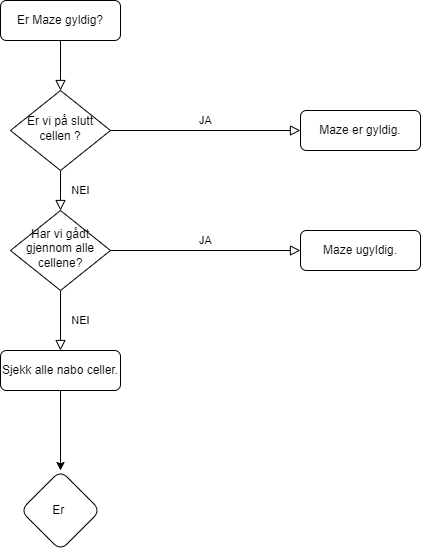
Above: Oppgave3/flyktskjema oppgave3.png in Eduard2303/Vurderingoppgave-Vanskelig (draw.io), before the change. Source tidied: cells renumbered, new cells last; positions are measured from the earlier drawing's top-left corner, leaving out a move shared by most shapes.
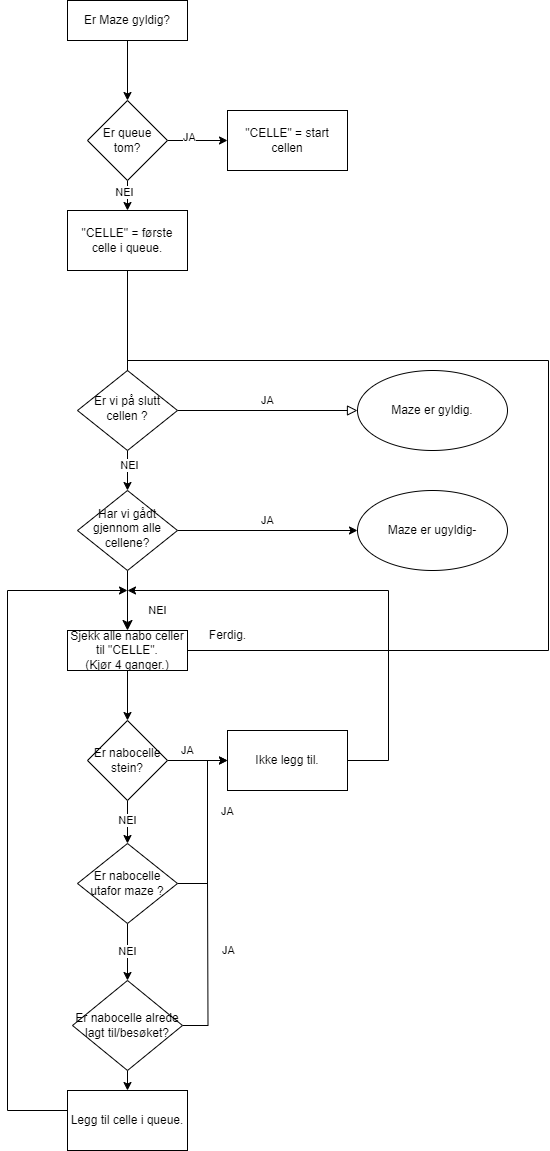
Above is the later version.

Change to the diagram source:
```diff
@@ -2,44 +2,170 @@
   <root>
     <mxCell id="0" />
     <mxCell id="1" parent="0" />
-    <mxCell id="2" style="rounded=0;html=1;jettySize=auto;fontSize=11;endArrow=block;endFill=0;endSize=8;strokeWidth=1;shadow=0;labelBackgroundColor=none;edgeStyle=orthogonalEdgeStyle;" parent="1" edge="1" source="3" target="6">
-      <mxGeometry relative="1" as="geometry" />
-    </mxCell>
+    <mxCell id="15" style="edgeStyle=orthogonalEdgeStyle;rounded=0;jettySize=auto;html=1;" parent="1" edge="1" source="3" target="42">
+      <mxGeometry relative="1" as="geometry" />
+    </mxCell>
-    <mxCell id="3" value="Er Maze gyldig?" style="rounded=1;whiteSpace=wrap;html=1;fontSize=12;glass=0;strokeWidth=1;shadow=0;" parent="1" vertex="1">
-      <mxGeometry width="120" height="40" as="geometry" />
+    <mxCell id="3" value="Er Maze gyldig?" style="rounded=0;whiteSpace=wrap;html=1;fontSize=12;glass=0;strokeWidth=1;shadow=0;" parent="1" vertex="1">
+      <mxGeometry y="-70" width="120" height="40" as="geometry" />
     </mxCell>
+    <mxCell id="5" value="JA" style="edgeStyle=orthogonalEdgeStyle;rounded=0;html=1;jettySize=auto;fontSize=11;endArrow=block;endFill=0;endSize=8;strokeWidth=1;shadow=0;labelBackgroundColor=none;" parent="1" edge="1" source="6" target="7">
+      <mxGeometry y="10" relative="1" as="geometry" />
+    </mxCell>
-    <mxCell id="4" value="NEI" style="rounded=0;html=1;jettySize=auto;fontSize=11;endArrow=block;endFill=0;endSize=8;strokeWidth=1;shadow=0;labelBackgroundColor=none;edgeStyle=orthogonalEdgeStyle;" parent="1" edge="1" source="6" target="10">
-      <mxGeometry y="20" relative="1" as="geometry" />
+    <mxCell id="4" style="edgeStyle=orthogonalEdgeStyle;rounded=0;jettySize=auto;html=1;" parent="1" edge="1" source="6" target="10">
+      <mxGeometry relative="1" as="geometry" />
     </mxCell>
-    <mxCell id="5" value="JA" style="edgeStyle=orthogonalEdgeStyle;rounded=0;html=1;jettySize=auto;fontSize=11;endArrow=block;endFill=0;endSize=8;strokeWidth=1;shadow=0;labelBackgroundColor=none;" parent="1" edge="1" source="6" target="7">
-      <mxGeometry y="10" relative="1" as="geometry" />
-    </mxCell>
+    <mxCell id="16" value="NEI" style="edgeLabel;html=1;align=center;verticalAlign=middle;" parent="4" vertex="1">
+      <mxGeometry x="-0.23" y="2" relative="1" as="geometry" />
+    </mxCell>
-    <mxCell id="6" value="Er vi på slutt cellen ?" style="rhombus;whiteSpace=wrap;html=1;shadow=0;fontFamily=Helvetica;fontSize=12;align=center;strokeWidth=1;spacing=6;spacingTop=-4;" parent="1" vertex="1">
-      <mxGeometry x="10" y="90" width="100" height="80" as="geometry" />
+    <mxCell id="6" value="Er vi på slutt cellen ?" style="rhombus;whiteSpace=wrap;html=1;shadow=0;fontFamily=Helvetica;fontSize=12;align=center;strokeWidth=1;spacing=6;spacingTop=-4;rounded=0;" parent="1" vertex="1">
+      <mxGeometry x="10" y="300" width="100" height="80" as="geometry" />
     </mxCell>
-    <mxCell id="7" value="Maze er gyldig." style="rounded=1;whiteSpace=wrap;html=1;fontSize=12;glass=0;strokeWidth=1;shadow=0;" parent="1" vertex="1">
-      <mxGeometry x="300" y="110" width="120" height="40" as="geometry" />
-    </mxCell>
-    <mxCell id="8" value="NEI" style="rounded=0;html=1;jettySize=auto;fontSize=11;endArrow=block;endFill=0;endSize=8;strokeWidth=1;shadow=0;labelBackgroundColor=none;edgeStyle=orthogonalEdgeStyle;" parent="1" edge="1" source="10" target="12">
-      <mxGeometry y="20" relative="1" as="geometry" />
+    <mxCell id="8" value="NEI" style="rounded=0;html=1;jettySize=auto;fontSize=11;endArrow=classic;endFill=1;endSize=8;strokeWidth=1;shadow=0;labelBackgroundColor=none;edgeStyle=orthogonalEdgeStyle;" parent="1" edge="1" source="10" target="12">
+      <mxGeometry x="0.33" y="30" relative="1" as="geometry" />
     </mxCell>
-    <mxCell id="9" value="JA" style="edgeStyle=orthogonalEdgeStyle;rounded=0;html=1;jettySize=auto;fontSize=11;endArrow=block;endFill=0;endSize=8;strokeWidth=1;shadow=0;labelBackgroundColor=none;" parent="1" edge="1" source="10" target="13">
-      <mxGeometry y="10" relative="1" as="geometry" />
-    </mxCell>
+    <mxCell id="17" style="edgeStyle=orthogonalEdgeStyle;rounded=0;jettySize=auto;html=1;entryX=0;entryY=0.5;entryDx=0;entryDy=0;" parent="1" edge="1" source="10" target="46">
+      <mxGeometry relative="1" as="geometry" />
+    </mxCell>
+    <mxCell id="18" value="JA" style="edgeLabel;html=1;align=center;verticalAlign=middle;" parent="17" vertex="1">
+      <mxGeometry x="-0.34" y="-3" relative="1" as="geometry">
+        <mxPoint x="30" y="-13" as="offset" />
+      </mxGeometry>
+    </mxCell>
     <mxCell id="10" value="Har vi gådt gjennom alle cellene?" style="rhombus;whiteSpace=wrap;html=1;shadow=0;fontFamily=Helvetica;fontSize=12;align=center;strokeWidth=1;spacing=6;spacingTop=-4;" parent="1" vertex="1">
-      <mxGeometry x="10" y="210" width="100" height="80" as="geometry" />
+      <mxGeometry x="10" y="420" width="100" height="80" as="geometry" />
     </mxCell>
     <mxCell id="11" style="edgeStyle=orthogonalEdgeStyle;rounded=0;jettySize=auto;html=1;" parent="1" edge="1" source="12" target="14">
       <mxGeometry relative="1" as="geometry" />
     </mxCell>
+    <mxCell id="19" style="edgeStyle=orthogonalEdgeStyle;rounded=0;jettySize=auto;html=1;entryX=0.5;entryY=0;entryDx=0;entryDy=0;endArrow=none;endFill=0;" parent="1" edge="1" source="12" target="6">
+      <mxGeometry relative="1" as="geometry">
+        <Array as="points">
+          <mxPoint x="481" y="580" />
+          <mxPoint x="481" y="290" />
+          <mxPoint x="60" y="290" />
+        </Array>
+      </mxGeometry>
+    </mxCell>
-    <mxCell id="12" value="Sjekk alle nabo celler." style="rounded=1;whiteSpace=wrap;html=1;fontSize=12;glass=0;strokeWidth=1;shadow=0;" parent="1" vertex="1">
-      <mxGeometry y="350" width="120" height="40" as="geometry" />
+    <mxCell id="12" value="Sjekk alle nabo celler til &quot;CELLE&quot;.&lt;div&gt;(Kjør 4 ganger.)&lt;/div&gt;" style="rounded=0;whiteSpace=wrap;html=1;fontSize=12;glass=0;strokeWidth=1;shadow=0;imageAspect=1;" parent="1" vertex="1">
+      <mxGeometry y="560" width="120" height="40" as="geometry" />
     </mxCell>
-    <mxCell id="13" value="Maze ugyldig." style="rounded=1;whiteSpace=wrap;html=1;fontSize=12;glass=0;strokeWidth=1;shadow=0;" parent="1" vertex="1">
-      <mxGeometry x="300" y="230" width="120" height="40" as="geometry" />
-    </mxCell>
+    <mxCell id="20" style="edgeStyle=orthogonalEdgeStyle;rounded=0;jettySize=auto;html=1;" parent="1" edge="1" source="14" target="25">
+      <mxGeometry relative="1" as="geometry" />
+    </mxCell>
+    <mxCell id="21" value="JA" style="edgeLabel;html=1;align=center;verticalAlign=middle;" parent="20" vertex="1">
+      <mxGeometry x="-0.11" y="1" relative="1" as="geometry">
+        <mxPoint x="-7" y="-9" as="offset" />
+      </mxGeometry>
+    </mxCell>
+    <mxCell id="22" style="edgeStyle=orthogonalEdgeStyle;rounded=0;jettySize=auto;html=1;" parent="1" edge="1" source="14" target="30">
+      <mxGeometry relative="1" as="geometry" />
+    </mxCell>
+    <mxCell id="23" value="NEI" style="edgeLabel;html=1;align=center;verticalAlign=middle;" parent="22" vertex="1">
+      <mxGeometry x="-0.12" relative="1" as="geometry" />
+    </mxCell>
-    <mxCell id="14" value="Er&amp;nbsp;" style="rhombus;whiteSpace=wrap;html=1;rounded=1;glass=0;strokeWidth=1;shadow=0;" parent="1" vertex="1">
-      <mxGeometry x="20" y="470" width="80" height="80" as="geometry" />
+    <mxCell id="14" value="Er nabocelle stein?" style="rhombus;whiteSpace=wrap;html=1;rounded=0;glass=0;strokeWidth=1;shadow=0;" parent="1" vertex="1">
+      <mxGeometry x="20" y="650" width="80" height="80" as="geometry" />
     </mxCell>
+    <mxCell id="24" style="edgeStyle=orthogonalEdgeStyle;rounded=0;jettySize=auto;html=1;endArrow=classic;endFill=1;" parent="1" edge="1" source="25">
+      <mxGeometry relative="1" as="geometry">
+        <mxPoint x="60" y="520" as="targetPoint" />
+        <Array as="points">
+          <mxPoint x="321" y="690" />
+          <mxPoint x="321" y="520" />
+          <mxPoint x="60" y="520" />
+        </Array>
+      </mxGeometry>
+    </mxCell>
+    <mxCell id="25" value="Ikke legg til." style="whiteSpace=wrap;html=1;rounded=0;glass=0;strokeWidth=1;shadow=0;" parent="1" vertex="1">
+      <mxGeometry x="160" y="660" width="120" height="60" as="geometry" />
+    </mxCell>
+    <mxCell id="26" style="edgeStyle=orthogonalEdgeStyle;rounded=0;jettySize=auto;html=1;entryX=0;entryY=0.5;entryDx=0;entryDy=0;exitX=1;exitY=0.5;exitDx=0;exitDy=0;" parent="1" edge="1" source="30" target="25">
+      <mxGeometry relative="1" as="geometry">
+        <Array as="points">
+          <mxPoint x="140" y="813" />
+          <mxPoint x="140" y="690" />
+        </Array>
+      </mxGeometry>
+    </mxCell>
+    <mxCell id="27" value="JA" style="edgeLabel;html=1;align=center;verticalAlign=middle;" parent="26" vertex="1">
+      <mxGeometry x="0.18" relative="1" as="geometry">
+        <mxPoint x="20" as="offset" />
+      </mxGeometry>
+    </mxCell>
+    <mxCell id="28" style="edgeStyle=orthogonalEdgeStyle;rounded=0;jettySize=auto;html=1;" parent="1" edge="1" source="30" target="34">
+      <mxGeometry relative="1" as="geometry" />
+    </mxCell>
+    <mxCell id="29" value="NEI" style="edgeLabel;html=1;align=center;verticalAlign=middle;" parent="28" vertex="1">
+      <mxGeometry x="-0.68" y="-1" relative="1" as="geometry">
+        <mxPoint x="1" y="18" as="offset" />
+      </mxGeometry>
+    </mxCell>
+    <mxCell id="30" value="Er nabocelle utafor maze ?" style="rhombus;whiteSpace=wrap;html=1;rounded=0;glass=0;strokeWidth=1;shadow=0;" parent="1" vertex="1">
+      <mxGeometry x="10" y="773" width="100" height="80" as="geometry" />
+    </mxCell>
+    <mxCell id="31" style="edgeStyle=orthogonalEdgeStyle;rounded=0;jettySize=auto;html=1;endArrow=none;endFill=0;" parent="1" edge="1" source="34">
+      <mxGeometry relative="1" as="geometry">
+        <mxPoint x="140" y="810" as="targetPoint" />
+      </mxGeometry>
+    </mxCell>
+    <mxCell id="32" value="JA" style="edgeLabel;html=1;align=center;verticalAlign=middle;" parent="31" vertex="1">
+      <mxGeometry x="-0.16" relative="1" as="geometry">
+        <mxPoint x="20" y="-29" as="offset" />
+      </mxGeometry>
+    </mxCell>
+    <mxCell id="33" style="edgeStyle=orthogonalEdgeStyle;rounded=0;jettySize=auto;html=1;" parent="1" edge="1" source="34">
+      <mxGeometry relative="1" as="geometry">
+        <mxPoint x="60" y="1020" as="targetPoint" />
+      </mxGeometry>
+    </mxCell>
+    <mxCell id="34" value="Er nabocelle alrede lagt til/besøket?" style="rhombus;whiteSpace=wrap;html=1;rounded=0;glass=0;strokeWidth=1;shadow=0;" parent="1" vertex="1">
+      <mxGeometry x="5" y="910" width="110" height="90" as="geometry" />
+    </mxCell>
+    <mxCell id="35" style="edgeStyle=orthogonalEdgeStyle;rounded=0;orthogonalLoop=1;jettySize=auto;html=1;endArrow=classic;endFill=1;" parent="1" edge="1">
+      <mxGeometry relative="1" as="geometry">
+        <mxPoint y="1040" as="sourcePoint" />
+        <mxPoint x="60" y="520" as="targetPoint" />
+        <Array as="points">
+          <mxPoint x="-60" y="1040" />
+          <mxPoint x="-60" y="520" />
+        </Array>
+      </mxGeometry>
+    </mxCell>
+    <mxCell id="36" value="Legg til celle i queue." style="whiteSpace=wrap;html=1;rounded=0;glass=0;strokeWidth=1;shadow=0;" parent="1" vertex="1">
+      <mxGeometry y="1020" width="120" height="60" as="geometry" />
+    </mxCell>
+    <mxCell id="37" value="Ferdig." style="text;html=1;align=center;verticalAlign=middle;strokeColor=none;fillColor=none;" parent="1" vertex="1">
+      <mxGeometry x="130" y="550" width="60" height="30" as="geometry" />
+    </mxCell>
+    <mxCell id="38" style="edgeStyle=orthogonalEdgeStyle;rounded=0;jettySize=auto;html=1;" parent="1" edge="1" source="42" target="43">
+      <mxGeometry relative="1" as="geometry" />
+    </mxCell>
+    <mxCell id="39" value="JA" style="edgeLabel;html=1;align=center;verticalAlign=middle;" parent="38" vertex="1">
+      <mxGeometry x="-0.27" y="3" relative="1" as="geometry" />
+    </mxCell>
+    <mxCell id="40" style="edgeStyle=orthogonalEdgeStyle;rounded=0;jettySize=auto;html=1;" parent="1" edge="1" source="42" target="45">
+      <mxGeometry relative="1" as="geometry" />
+    </mxCell>
+    <mxCell id="41" value="NEI" style="edgeLabel;html=1;align=center;verticalAlign=middle;" parent="40" vertex="1">
+      <mxGeometry x="0.28" y="-3" relative="1" as="geometry" />
+    </mxCell>
+    <mxCell id="42" value="Er queue tom?" style="rhombus;whiteSpace=wrap;html=1;rounded=0;glass=0;strokeWidth=1;shadow=0;" parent="1" vertex="1">
+      <mxGeometry x="20" y="30" width="80" height="80" as="geometry" />
+    </mxCell>
+    <mxCell id="43" value="&quot;CELLE&quot; = start cellen" style="whiteSpace=wrap;html=1;rounded=0;glass=0;strokeWidth=1;shadow=0;" parent="1" vertex="1">
+      <mxGeometry x="160" y="40" width="120" height="60" as="geometry" />
+    </mxCell>
+    <mxCell id="44" style="edgeStyle=orthogonalEdgeStyle;rounded=0;jettySize=auto;html=1;entryX=0.5;entryY=0;entryDx=0;entryDy=0;endArrow=none;endFill=0;" parent="1" edge="1" source="45" target="6">
+      <mxGeometry relative="1" as="geometry" />
+    </mxCell>
+    <mxCell id="45" value="&quot;CELLE&quot; = første celle i queue." style="rounded=0;whiteSpace=wrap;html=1;glass=0;strokeWidth=1;shadow=0;" parent="1" vertex="1">
+      <mxGeometry y="140" width="120" height="60" as="geometry" />
+    </mxCell>
+    <mxCell id="46" value="Maze er ugyldig-" style="ellipse;whiteSpace=wrap;html=1;" parent="1" vertex="1">
+      <mxGeometry x="290" y="420" width="150" height="80" as="geometry" />
+    </mxCell>
+    <mxCell id="7" value="Maze er gyldig." style="ellipse;whiteSpace=wrap;html=1;" parent="1" vertex="1">
+      <mxGeometry x="290" y="300" width="150" height="80" as="geometry" />
+    </mxCell>
   </root>
 </mxGraphModel>
```
